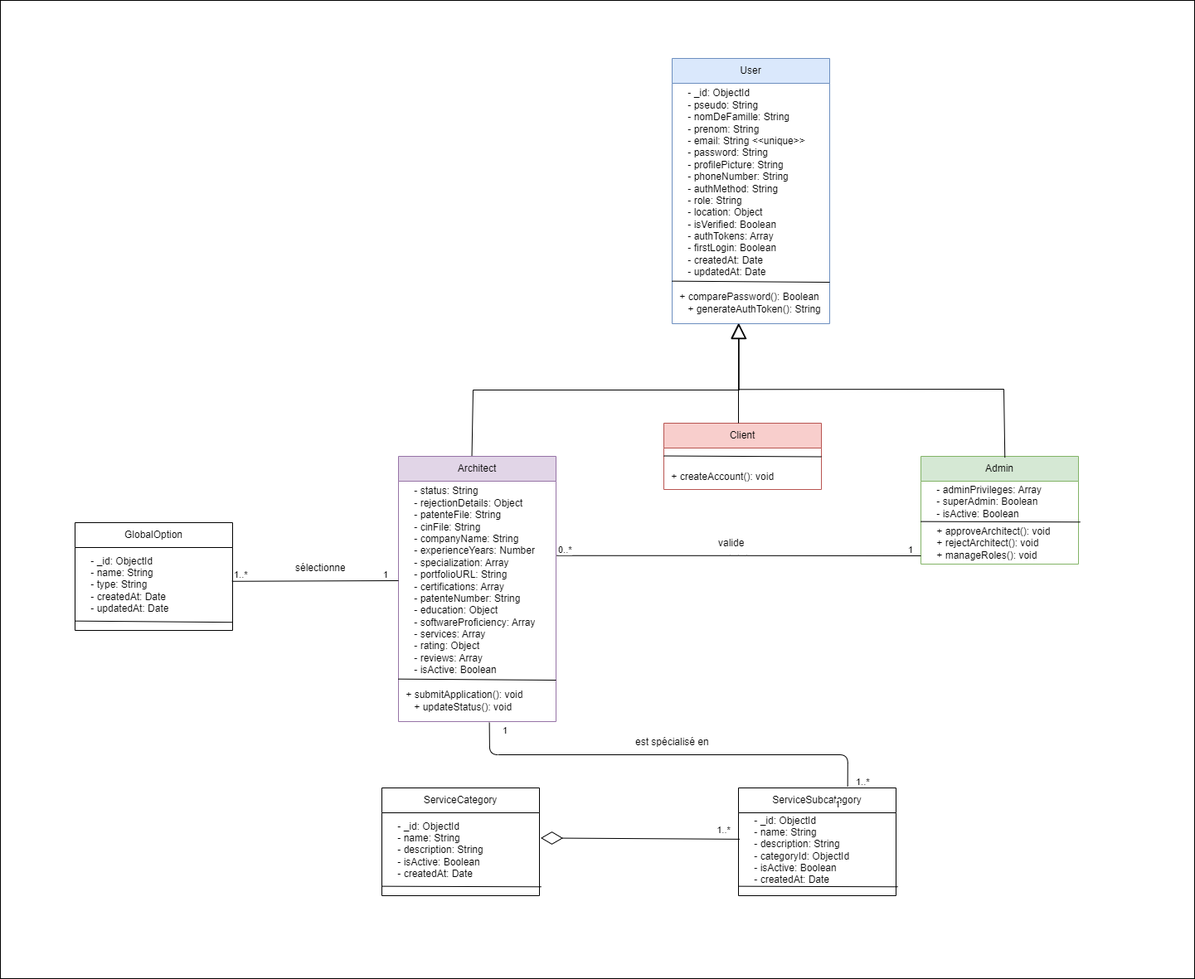
Earlier version of the draw.io export Z-diagrams/dia-Global-cal.drawio.png (rouamajdoub/Visiona). Source tidied: cells renumbered, new cells last; positions are measured from the earlier drawing's top-left corner, leaving out a move shared by most shapes.
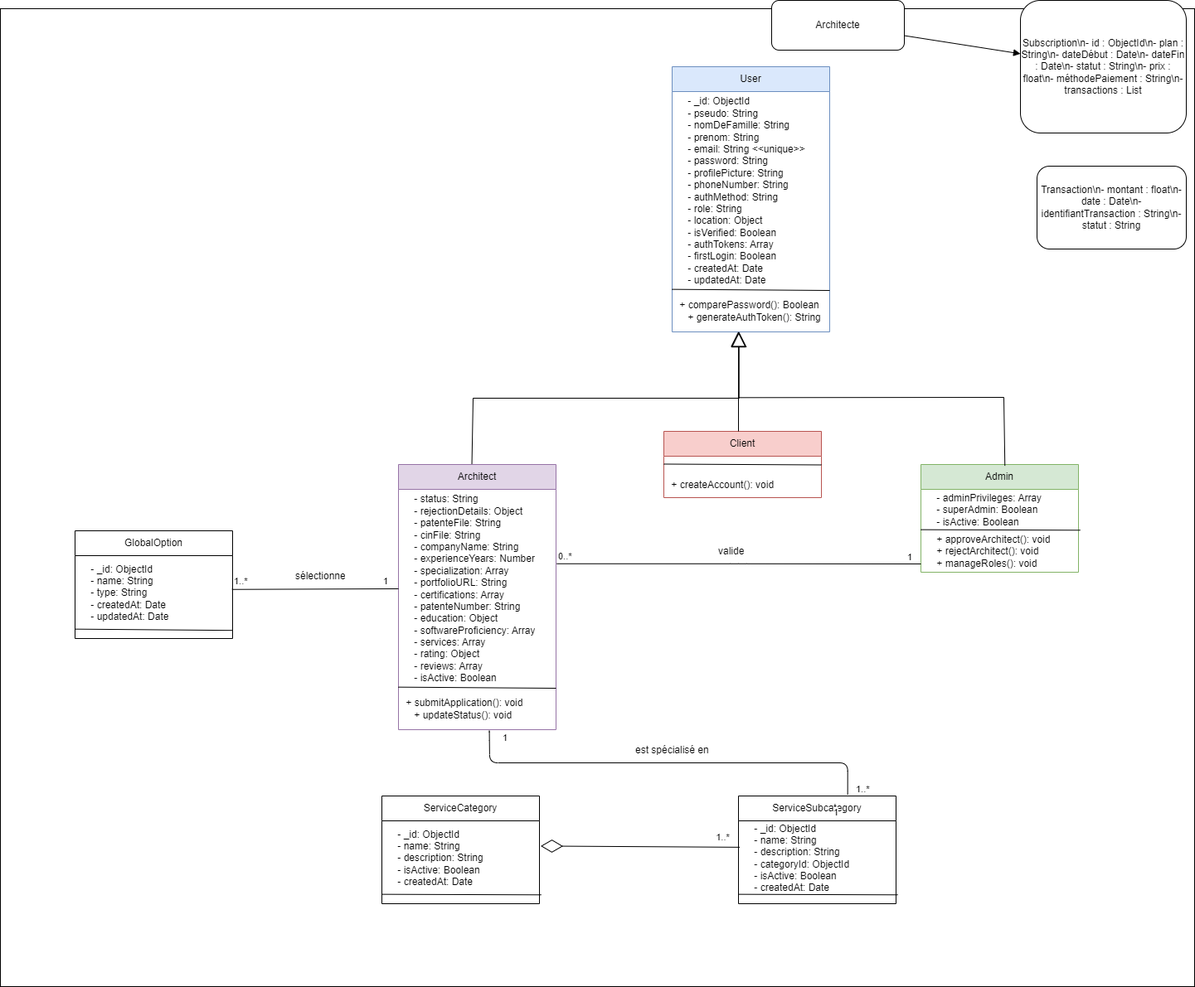
Above is the later version.

What changed in the source:
```diff
@@ -199,5 +199,17 @@
     <mxCell id="48" value="sélectionne" style="text;strokeColor=none;fillColor=none;align=left;verticalAlign=middle;spacingLeft=4;spacingRight=4;overflow=hidden;whiteSpace=wrap;html=1;" parent="1" vertex="1">
       <mxGeometry x="350" y="670" width="70" height="30" as="geometry" />
     </mxCell>
+    <mxCell id="49" value="Architecte" style="rounded=1;whiteSpace=wrap;html=1;" parent="1" vertex="1">
+      <mxGeometry x="930" y="-10" width="160" height="60" as="geometry" />
+    </mxCell>
+    <mxCell id="50" value="Subscription\n- id : ObjectId\n- plan : String\n- dateDébut : Date\n- dateFin : Date\n- statut : String\n- prix : float\n- méthodePaiement : String\n- transactions : List&lt;Transaction&gt;" style="rounded=1;whiteSpace=wrap;html=1;" parent="1" vertex="1">
+      <mxGeometry x="1230" y="-10" width="200" height="160" as="geometry" />
+    </mxCell>
+    <mxCell id="51" value="Transaction\n- montant : float\n- date : Date\n- identifiantTransaction : String\n- statut : String" style="rounded=1;whiteSpace=wrap;html=1;" parent="1" vertex="1">
+      <mxGeometry x="1250" y="190" width="180" height="100" as="geometry" />
+    </mxCell>
+    <mxCell id="52" style="endArrow=block;" parent="1" edge="1" source="49" target="50">
+      <mxGeometry relative="1" as="geometry" />
+    </mxCell>
   </root>
 </mxGraphModel>
```
